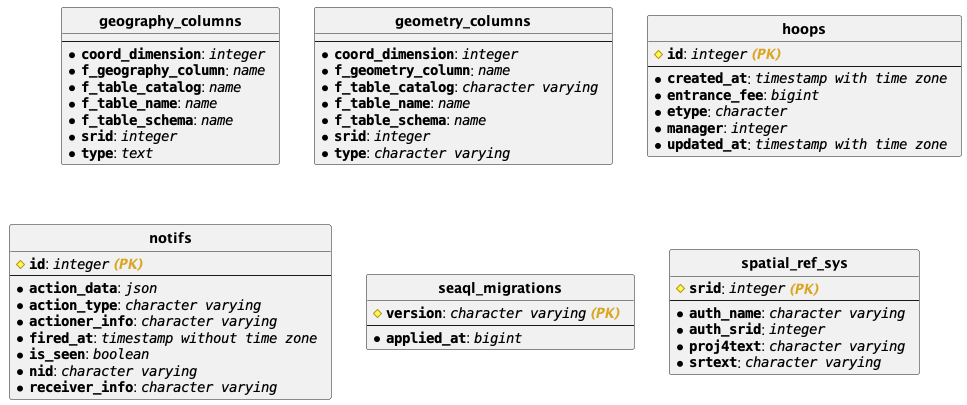
The PlantUML diagram infra/hoopoe.png in wildonion/hoopoe, before a commit.
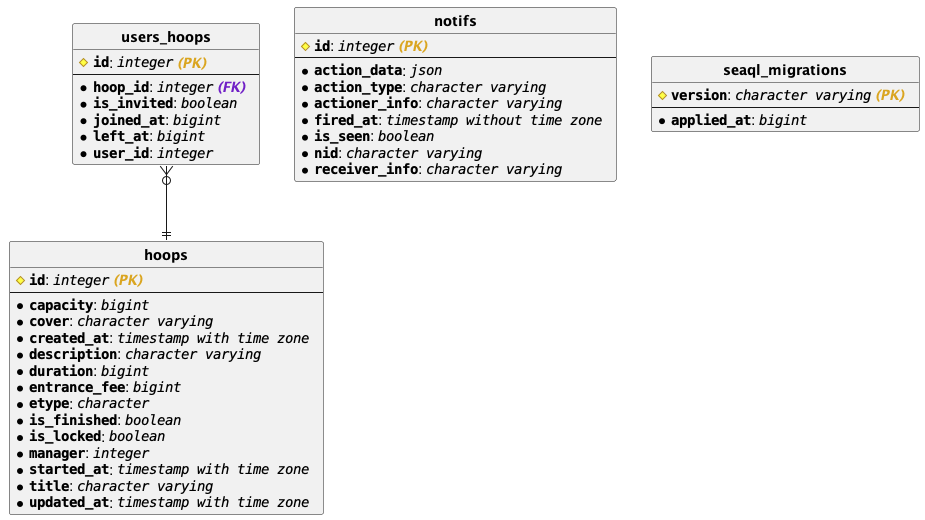
The same diagram one commit later.

Commit message:
add users_hoops migration, model and schema

The edit, as a diff of the source:
```diff
@@ -3,35 +3,21 @@
 hide circle
 skinparam linetype ortho
 
-class "**geography_columns**" {
----
-* <b>""coord_dimension""</b>: //""integer""  //
-* <b>""f_geography_column""</b>: //""name""  //
-* <b>""f_table_catalog""</b>: //""name""  //
-* <b>""f_table_name""</b>: //""name""  //
-* <b>""f_table_schema""</b>: //""name""  //
-* <b>""srid""</b>: //""integer""  //
-* <b>""type""</b>: //""text""  //
-}
-
-class "**geometry_columns**" {
----
-* <b>""coord_dimension""</b>: //""integer""  //
-* <b>""f_geometry_column""</b>: //""name""  //
-* <b>""f_table_catalog""</b>: //""character varying""  //
-* <b>""f_table_name""</b>: //""name""  //
-* <b>""f_table_schema""</b>: //""name""  //
-* <b>""srid""</b>: //""integer""  //
-* <b>""type""</b>: //""character varying""  //
-}
-
 class "**hoops**" {
 # <b>""id""</b>: //""integer"" <b><color:goldenrod>(PK) </color></b> //
 ---
+* <b>""capacity""</b>: //""bigint""  //
+* <b>""cover""</b>: //""character varying""  //
 * <b>""created_at""</b>: //""timestamp with time zone""  //
+* <b>""description""</b>: //""character varying""  //
+* <b>""duration""</b>: //""bigint""  //
 * <b>""entrance_fee""</b>: //""bigint""  //
 * <b>""etype""</b>: //""character""  //
+* <b>""is_finished""</b>: //""boolean""  //
+* <b>""is_locked""</b>: //""boolean""  //
 * <b>""manager""</b>: //""integer""  //
+* <b>""started_at""</b>: //""timestamp with time zone""  //
+* <b>""title""</b>: //""character varying""  //
 * <b>""updated_at""</b>: //""timestamp with time zone""  //
 }
 
@@ -53,15 +39,18 @@
 * <b>""applied_at""</b>: //""bigint""  //
 }
 
-class "**spatial_ref_sys**" {
-# <b>""srid""</b>: //""integer"" <b><color:goldenrod>(PK) </color></b> //
+class "**users_hoops**" {
+# <b>""id""</b>: //""integer"" <b><color:goldenrod>(PK) </color></b> //
 ---
-* <b>""auth_name""</b>: //""character varying""  //
-* <b>""auth_srid""</b>: //""integer""  //
-* <b>""proj4text""</b>: //""character varying""  //
-* <b>""srtext""</b>: //""character varying""  //
+* <b>""hoop_id""</b>: //""integer"" <b><color:701fc6>(FK) </color></b> //
+* <b>""is_invited""</b>: //""boolean""  //
+* <b>""joined_at""</b>: //""bigint""  //
+* <b>""left_at""</b>: //""bigint""  //
+* <b>""user_id""</b>: //""integer""  //
 }
 
 
+"**users_hoops**" }o--|| "**hoops**"
+
 
 @enduml
```
